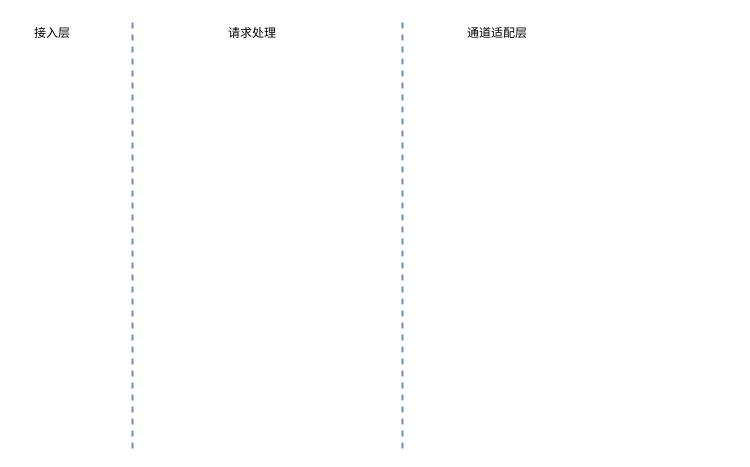
Earlier version of the draw.io diagram page "技术架构" (3 of 3) of 聚合消息通知平台.drawio (shixw/drawio-depository). Source tidied: cells renumbered, new cells numbered last; positions are measured from the earlier drawing's top-left corner, leaving out a move shared by most shapes. Both pictures are drawn from the tidied source at 100%, with x=0, y=0 at pixel (22, 18).
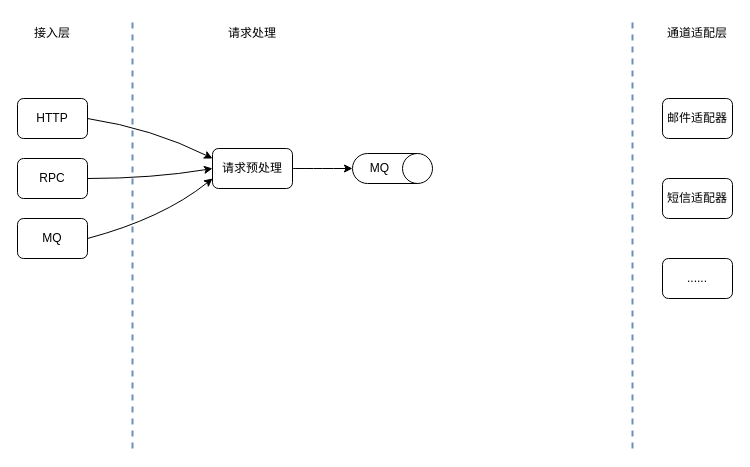
After the change.

Commit message:
更新聚合消息通知平台.drawio

The edit, as a diff of the source:
```diff
@@
     <mxCell id="4" style="endArrow=none;dashed=1;html=1;rounded=0;fillColor=#dae8fc;strokeColor=#6c8ebf;strokeWidth=2;" parent="1" edge="1">
       <mxGeometry relative="1" as="geometry">
-        <mxPoint x="380" y="430" as="sourcePoint" />
-        <mxPoint x="380" as="targetPoint" />
+        <mxPoint x="610" y="430" as="sourcePoint" />
+        <mxPoint x="610" as="targetPoint" />
       </mxGeometry>
     </mxCell>
@@
     <mxCell id="6" value="通道适配层" style="text;html=1;strokeColor=none;fillColor=none;align=center;verticalAlign=middle;whiteSpace=wrap;rounded=0;" parent="1" vertex="1">
-      <mxGeometry x="440" width="70" height="30" as="geometry" />
+      <mxGeometry x="640" width="70" height="30" as="geometry" />
     </mxCell>
+    <mxCell id="7" value="HTTP" style="rounded=1;whiteSpace=wrap;html=1;" parent="1" vertex="1">
+      <mxGeometry x="-5" y="80" width="70" height="40" as="geometry" />
+    </mxCell>
+    <mxCell id="8" value="RPC" style="rounded=1;whiteSpace=wrap;html=1;" parent="1" vertex="1">
+      <mxGeometry x="-5" y="140" width="70" height="40" as="geometry" />
+    </mxCell>
+    <mxCell id="9" value="MQ" style="rounded=1;whiteSpace=wrap;html=1;" parent="1" vertex="1">
+      <mxGeometry x="-5" y="200" width="70" height="40" as="geometry" />
+    </mxCell>
+    <mxCell id="10" style="edgeStyle=orthogonalEdgeStyle;curved=1;jettySize=auto;html=1;strokeWidth=1;" parent="1" edge="1" source="11" target="12">
+      <mxGeometry relative="1" as="geometry" />
+    </mxCell>
+    <mxCell id="11" value="请求预处理" style="rounded=1;whiteSpace=wrap;html=1;" parent="1" vertex="1">
+      <mxGeometry x="190" y="130" width="80" height="40" as="geometry" />
+    </mxCell>
+    <mxCell id="12" value="MQ" style="shape=cylinder3;whiteSpace=wrap;html=1;boundedLbl=1;backgroundOutline=1;size=15;direction=south;" parent="1" vertex="1">
+      <mxGeometry x="330" y="135" width="80" height="30" as="geometry" />
+    </mxCell>
+    <mxCell id="13" style="endArrow=classic;html=1;strokeWidth=1;curved=1;exitX=1;exitY=0.5;exitDx=0;exitDy=0;entryX=0;entryY=0.25;entryDx=0;entryDy=0;" parent="1" edge="1" source="7" target="11">
+      <mxGeometry relative="1" as="geometry">
+        <Array as="points">
+          <mxPoint x="130" y="110" />
+        </Array>
+      </mxGeometry>
+    </mxCell>
+    <mxCell id="14" style="endArrow=classic;html=1;strokeWidth=1;curved=1;exitX=1;exitY=0.5;exitDx=0;exitDy=0;entryX=0;entryY=0.5;entryDx=0;entryDy=0;" parent="1" edge="1" source="8" target="11">
+      <mxGeometry relative="1" as="geometry">
+        <Array as="points">
+          <mxPoint x="130" y="160" />
+        </Array>
+      </mxGeometry>
+    </mxCell>
+    <mxCell id="15" style="endArrow=classic;html=1;strokeWidth=1;curved=1;exitX=1;exitY=0.5;exitDx=0;exitDy=0;entryX=0;entryY=0.75;entryDx=0;entryDy=0;" parent="1" edge="1" source="9" target="11">
+      <mxGeometry relative="1" as="geometry">
+        <Array as="points">
+          <mxPoint x="140" y="200" />
+        </Array>
+      </mxGeometry>
+    </mxCell>
+    <mxCell id="16" value="邮件适配器" style="rounded=1;whiteSpace=wrap;html=1;" parent="1" vertex="1">
+      <mxGeometry x="640" y="80" width="70" height="40" as="geometry" />
+    </mxCell>
+    <mxCell id="17" value="短信适配器" style="rounded=1;whiteSpace=wrap;html=1;" parent="1" vertex="1">
+      <mxGeometry x="640" y="160" width="70" height="40" as="geometry" />
+    </mxCell>
+    <mxCell id="18" value="......" style="rounded=1;whiteSpace=wrap;html=1;" parent="1" vertex="1">
+      <mxGeometry x="640" y="240" width="70" height="40" as="geometry" />
+    </mxCell>
```
